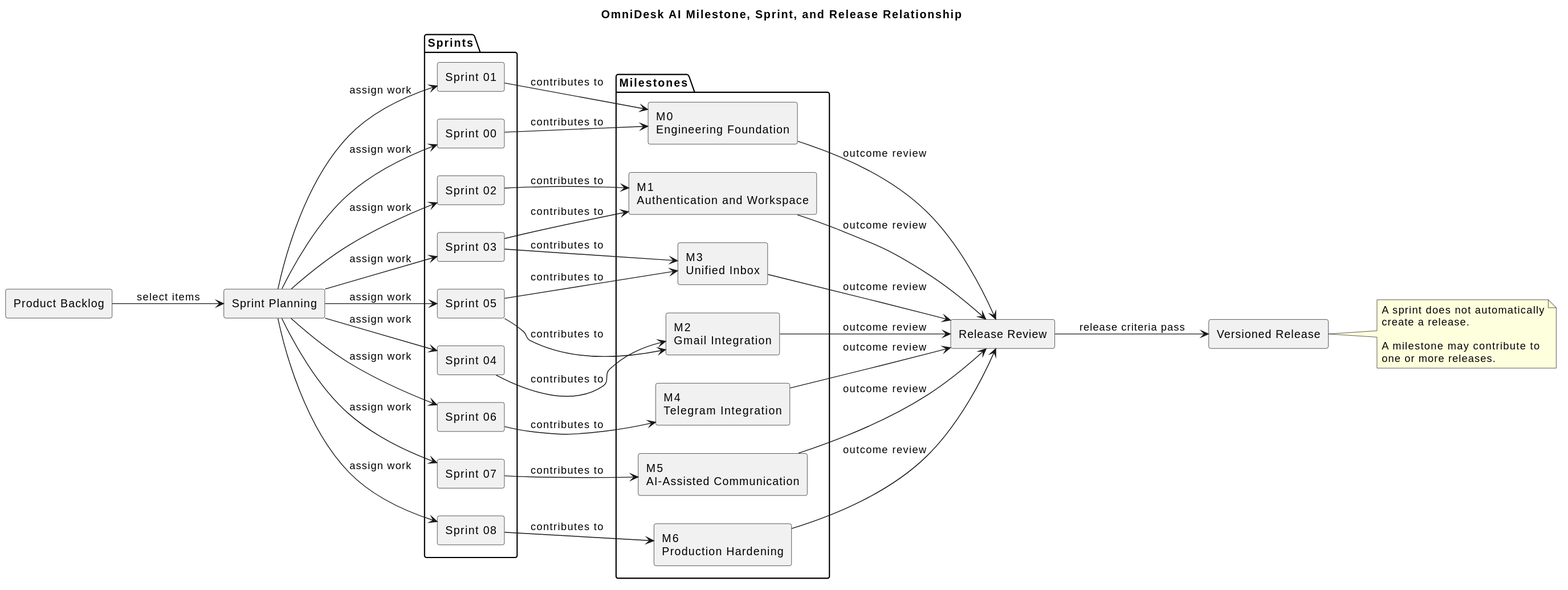
Before: docs/project-management/diagrams/milestone-sprint-release-relationship.svg, a diagram exported from PlantUML (Farhad-Valizadegan/Web-OmniDesk). Source of this version:
```plantuml
@startuml
title OmniDesk AI Milestone, Sprint, and Release Relationship

left to right direction
skinparam componentStyle rectangle

rectangle "Product Backlog" as Backlog
rectangle "Sprint Planning" as Planning

package "Milestones" {
  rectangle "M0\nEngineering Foundation" as M0
  rectangle "M1\nAuthentication and Workspace" as M1
  rectangle "M2\nGmail Integration" as M2
  rectangle "M3\nUnified Inbox" as M3
  rectangle "M4\nTelegram Integration" as M4
  rectangle "M5\nAI-Assisted Communication" as M5
  rectangle "M6\nProduction Hardening" as M6
}

package "Sprints" {
  rectangle "Sprint 00" as S00
  rectangle "Sprint 01" as S01
  rectangle "Sprint 02" as S02
  rectangle "Sprint 03" as S03
  rectangle "Sprint 04" as S04
  rectangle "Sprint 05" as S05
  rectangle "Sprint 06" as S06
  rectangle "Sprint 07" as S07
  rectangle "Sprint 08" as S08
}

rectangle "Release Review" as Review
rectangle "Versioned Release" as Release

Backlog --> Planning : select items

Planning --> S00 : assign work
Planning --> S01 : assign work
Planning --> S02 : assign work
Planning --> S03 : assign work
Planning --> S04 : assign work
Planning --> S05 : assign work
Planning --> S06 : assign work
Planning --> S07 : assign work
Planning --> S08 : assign work

S00 --> M0 : contributes to
S01 --> M0 : contributes to
S02 --> M1 : contributes to
S03 --> M1 : contributes to
S03 --> M3 : contributes to
S04 --> M2 : contributes to
S05 --> M2 : contributes to
S05 --> M3 : contributes to
S06 --> M4 : contributes to
S07 --> M5 : contributes to
S08 --> M6 : contributes to

M0 --> Review : outcome review
M1 --> Review : outcome review
M2 --> Review : outcome review
M3 --> Review : outcome review
M4 --> Review : outcome review
M5 --> Review : outcome review
M6 --> Review : outcome review

Review --> Release : release criteria pass

note right of Release
A sprint does not automatically
create a release.

A milestone may contribute to
one or more releases.
end note
@enduml
```
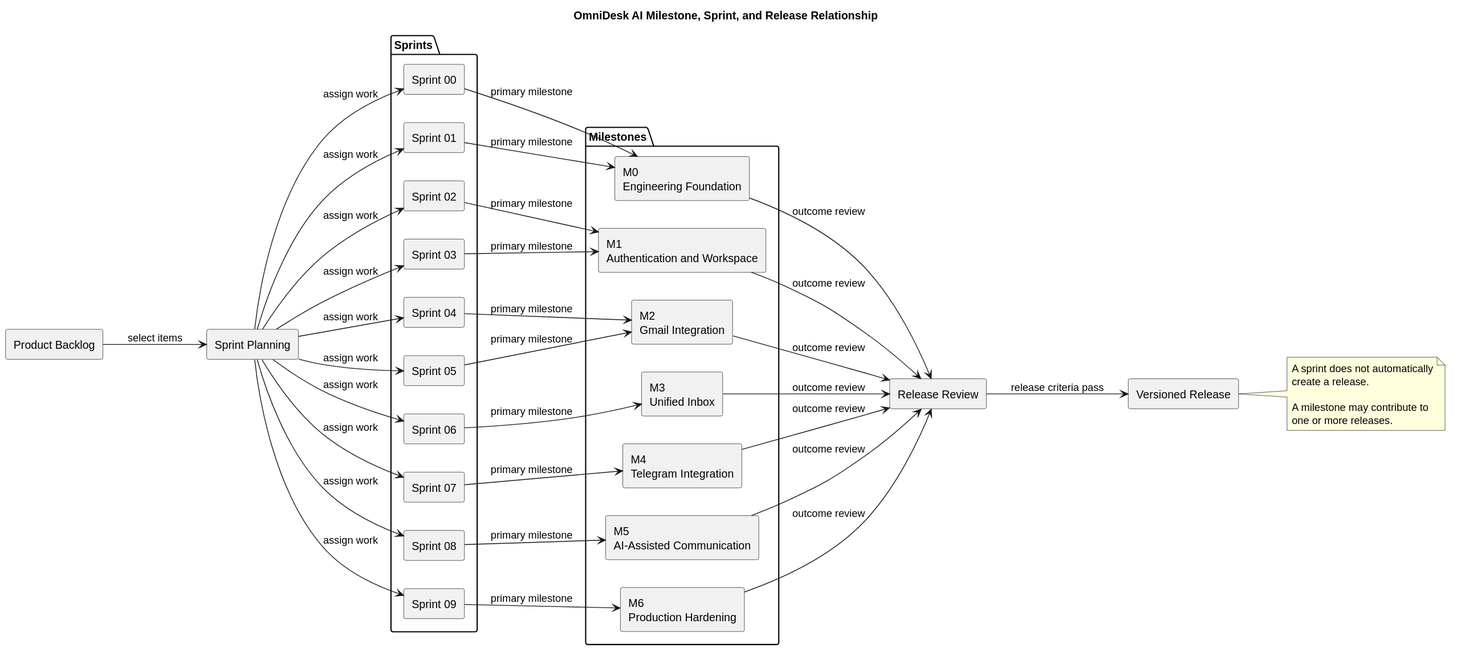
After the commit.

Commit message:
docs: regenerate normalized milestone diagrams

The edit, as a diff of the source:
```diff
@@ -27,6 +27,7 @@
   rectangle "Sprint 06" as S06
   rectangle "Sprint 07" as S07
   rectangle "Sprint 08" as S08
+  rectangle "Sprint 09" as S09
 }
 
 rectangle "Release Review" as Review
@@ -43,18 +44,18 @@
 Planning --> S06 : assign work
 Planning --> S07 : assign work
 Planning --> S08 : assign work
+Planning --> S09 : assign work
 
-S00 --> M0 : contributes to
-S01 --> M0 : contributes to
-S02 --> M1 : contributes to
-S03 --> M1 : contributes to
-S03 --> M3 : contributes to
-S04 --> M2 : contributes to
-S05 --> M2 : contributes to
-S05 --> M3 : contributes to
-S06 --> M4 : contributes to
-S07 --> M5 : contributes to
-S08 --> M6 : contributes to
+S00 --> M0 : primary milestone
+S01 --> M0 : primary milestone
+S02 --> M1 : primary milestone
+S03 --> M1 : primary milestone
+S04 --> M2 : primary milestone
+S05 --> M2 : primary milestone
+S06 --> M3 : primary milestone
+S07 --> M4 : primary milestone
+S08 --> M5 : primary milestone
+S09 --> M6 : primary milestone
 
 M0 --> Review : outcome review
 M1 --> Review : outcome review
```
